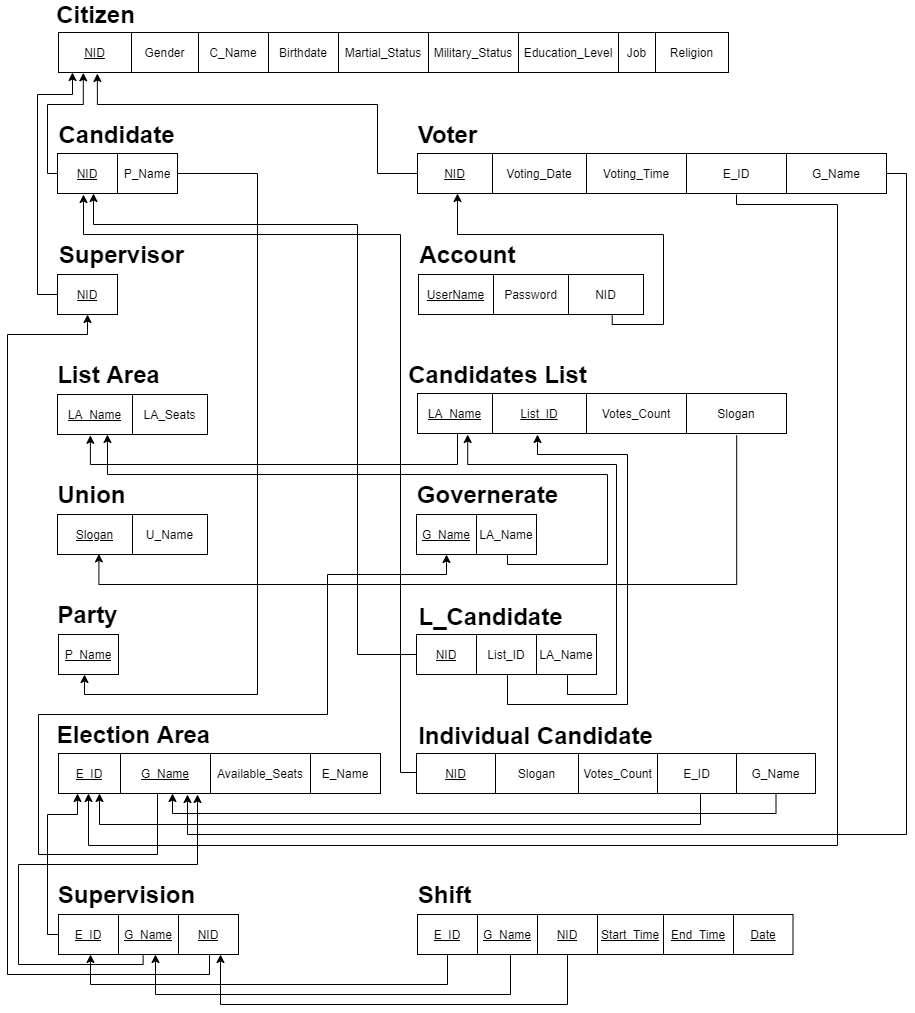
This is schema.png from ziad-khobeiz/e-voting-system, a draw.io export, as it was before one commit. Source tidied: cells renumbered, new cells last; positions are measured from the earlier drawing's top-left corner, leaving out a move shared by most shapes.
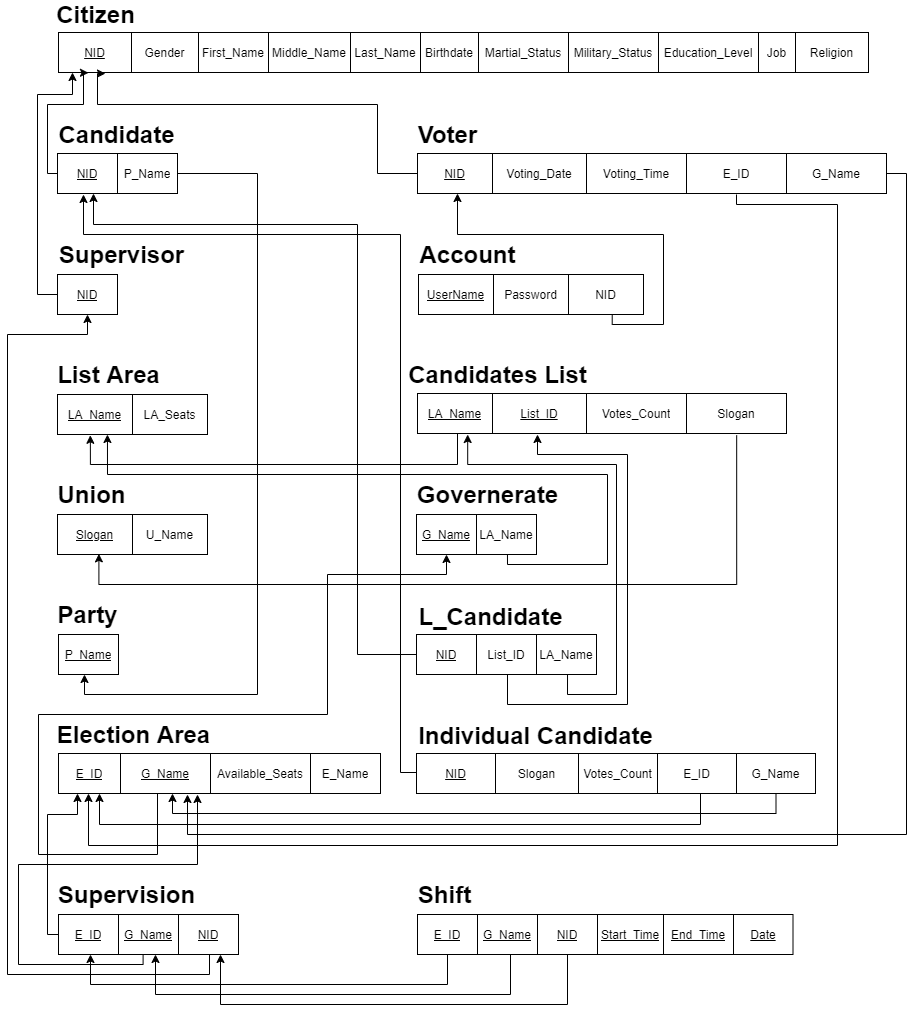
The same file after the commit.

Commit message:
Edited Citizen Table (C_Name to First, middle,last)

Diff of the diagram source:
```diff
@@ -3,10 +3,10 @@
     <mxCell id="0" />
     <mxCell id="1" parent="0" />
     <mxCell id="2" style="shape=table;html=1;whiteSpace=wrap;startSize=0;" parent="1" vertex="1">
-      <mxGeometry x="51" y="28" width="670" height="40" as="geometry" />
+      <mxGeometry x="51" y="28" width="810" height="40" as="geometry" />
     </mxCell>
     <mxCell id="3" style="shape=partialRectangle;html=1;whiteSpace=wrap;fillColor=none;top=0;left=0;bottom=0;right=0;points=[[0,0.5],[1,0.5]];portConstraint=eastwest;" parent="2" vertex="1">
-      <mxGeometry width="670" height="40" as="geometry" />
+      <mxGeometry width="810" height="40" as="geometry" />
     </mxCell>
     <mxCell id="4" value="&lt;u&gt;NID&lt;/u&gt;" style="shape=partialRectangle;html=1;whiteSpace=wrap;overflow=hidden;fillColor=none;top=0;left=0;bottom=0;right=0;" parent="3" vertex="1">
       <mxGeometry width="73" height="40" as="geometry" />
@@ -14,26 +14,32 @@
     <mxCell id="5" value="Gender" style="shape=partialRectangle;html=1;whiteSpace=wrap;overflow=hidden;fillColor=none;top=0;left=0;bottom=0;right=0;" parent="3" vertex="1">
       <mxGeometry x="73" width="67" height="40" as="geometry" />
     </mxCell>
-    <mxCell id="6" value="C_Name" style="shape=partialRectangle;html=1;whiteSpace=wrap;overflow=hidden;fillColor=none;top=0;left=0;bottom=0;right=0;" parent="3" vertex="1">
+    <mxCell id="6" value="First_Name" style="shape=partialRectangle;html=1;whiteSpace=wrap;overflow=hidden;fillColor=none;top=0;left=0;bottom=0;right=0;" parent="3" vertex="1">
       <mxGeometry x="140" width="70" height="40" as="geometry" />
     </mxCell>
+    <mxCell id="122" value="Middle_Name" style="shape=partialRectangle;html=1;whiteSpace=wrap;overflow=hidden;fillColor=none;top=0;left=0;bottom=0;right=0;" parent="3" vertex="1">
+      <mxGeometry x="210" width="82" height="40" as="geometry" />
+    </mxCell>
+    <mxCell id="123" value="Last_Name" style="shape=partialRectangle;html=1;whiteSpace=wrap;overflow=hidden;fillColor=none;top=0;left=0;bottom=0;right=0;" parent="3" vertex="1">
+      <mxGeometry x="292" width="70" height="40" as="geometry" />
+    </mxCell>
     <mxCell id="7" value="Birthdate" style="shape=partialRectangle;html=1;whiteSpace=wrap;overflow=hidden;fillColor=none;top=0;left=0;bottom=0;right=0;" parent="3" vertex="1">
-      <mxGeometry x="210" width="70" height="40" as="geometry" />
+      <mxGeometry x="362" width="58" height="40" as="geometry" />
     </mxCell>
     <mxCell id="8" value="&lt;font style=&quot;font-size: 12px&quot;&gt;Martial_Status&lt;/font&gt;" style="shape=partialRectangle;html=1;whiteSpace=wrap;overflow=hidden;fillColor=none;top=0;left=0;bottom=0;right=0;" parent="3" vertex="1">
-      <mxGeometry x="280" width="90" height="40" as="geometry" />
+      <mxGeometry x="420" width="90" height="40" as="geometry" />
     </mxCell>
     <mxCell id="9" value="Military_Status" style="shape=partialRectangle;html=1;whiteSpace=wrap;overflow=hidden;fillColor=none;top=0;left=0;bottom=0;right=0;" parent="3" vertex="1">
-      <mxGeometry x="370" width="90" height="40" as="geometry" />
+      <mxGeometry x="510" width="90" height="40" as="geometry" />
     </mxCell>
     <mxCell id="10" value="Education_Level" style="shape=partialRectangle;html=1;whiteSpace=wrap;overflow=hidden;fillColor=none;top=0;left=0;bottom=0;right=0;" parent="3" vertex="1">
-      <mxGeometry x="460" width="100" height="40" as="geometry" />
+      <mxGeometry x="600" width="100" height="40" as="geometry" />
     </mxCell>
     <mxCell id="11" value="Job" style="shape=partialRectangle;html=1;whiteSpace=wrap;overflow=hidden;fillColor=none;top=0;left=0;bottom=0;right=0;" parent="3" vertex="1">
-      <mxGeometry x="560" width="37" height="40" as="geometry" />
+      <mxGeometry x="700" width="37" height="40" as="geometry" />
     </mxCell>
     <mxCell id="12" value="Religion" style="shape=partialRectangle;html=1;whiteSpace=wrap;overflow=hidden;fillColor=none;top=0;left=0;bottom=0;right=0;" parent="3" vertex="1">
-      <mxGeometry x="597" width="73" height="40" as="geometry" />
+      <mxGeometry x="737" width="73" height="40" as="geometry" />
     </mxCell>
     <mxCell id="13" value="&lt;font style=&quot;font-size: 24px&quot;&gt;&lt;b&gt;Citizen&lt;/b&gt;&lt;/font&gt;" style="text;html=1;align=center;verticalAlign=middle;" parent="1" vertex="1">
       <mxGeometry x="43" width="90" height="20" as="geometry" />
```
